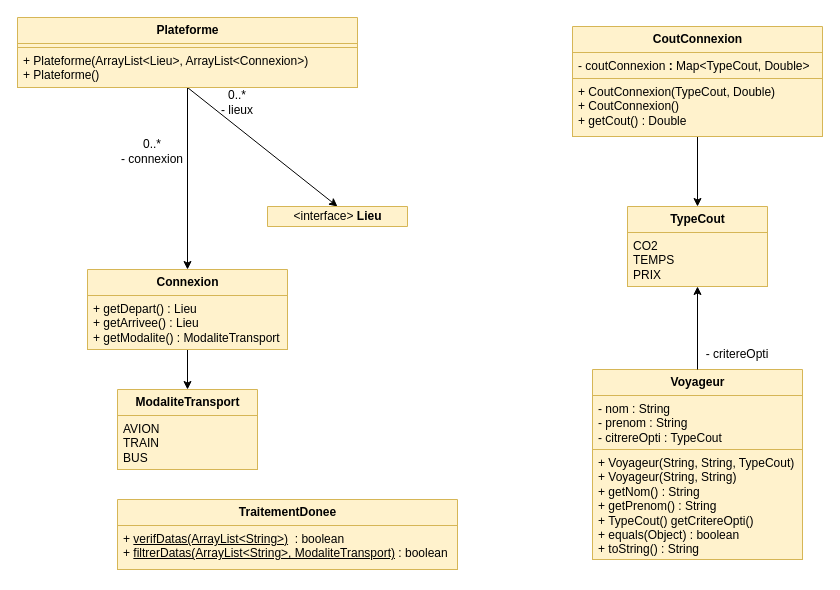
This is rapport/uml.drawio from Nelioo7/GPS3000, a draw.io file, before an edit. Source tidied: cells renumbered, new cells numbered last; positions are measured from the earlier drawing's top-left corner, leaving out a move shared by most shapes. Both pictures are drawn from the tidied source at 100%, with x=0, y=0 at pixel (17, 17).
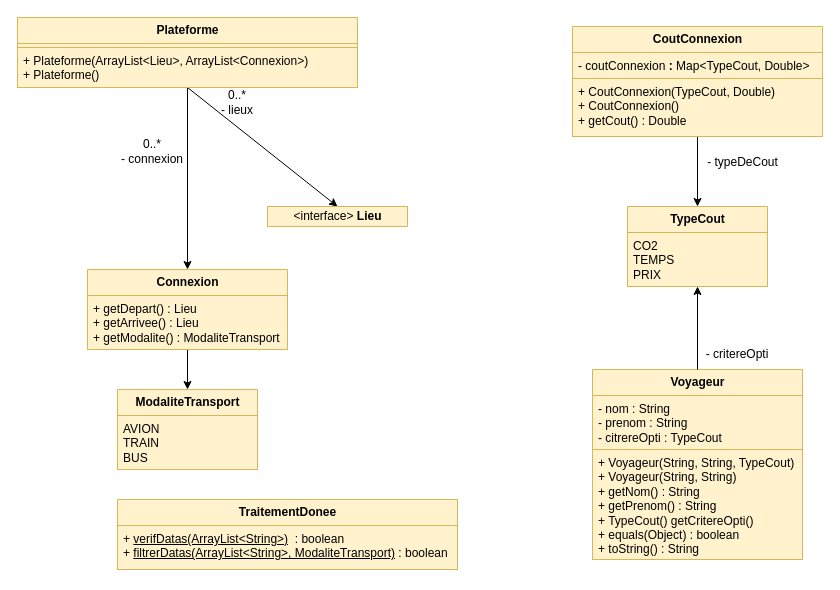
After the change.

What changed in the source:
```diff
@@
+    <mxCell id="28" value="- typeDeCout" style="text;html=1;align=center;verticalAlign=middle;strokeColor=none;fillColor=none;" parent="1" vertex="1">
+      <mxGeometry x="680" y="130" width="90" height="30" as="geometry" />
+    </mxCell>
```
